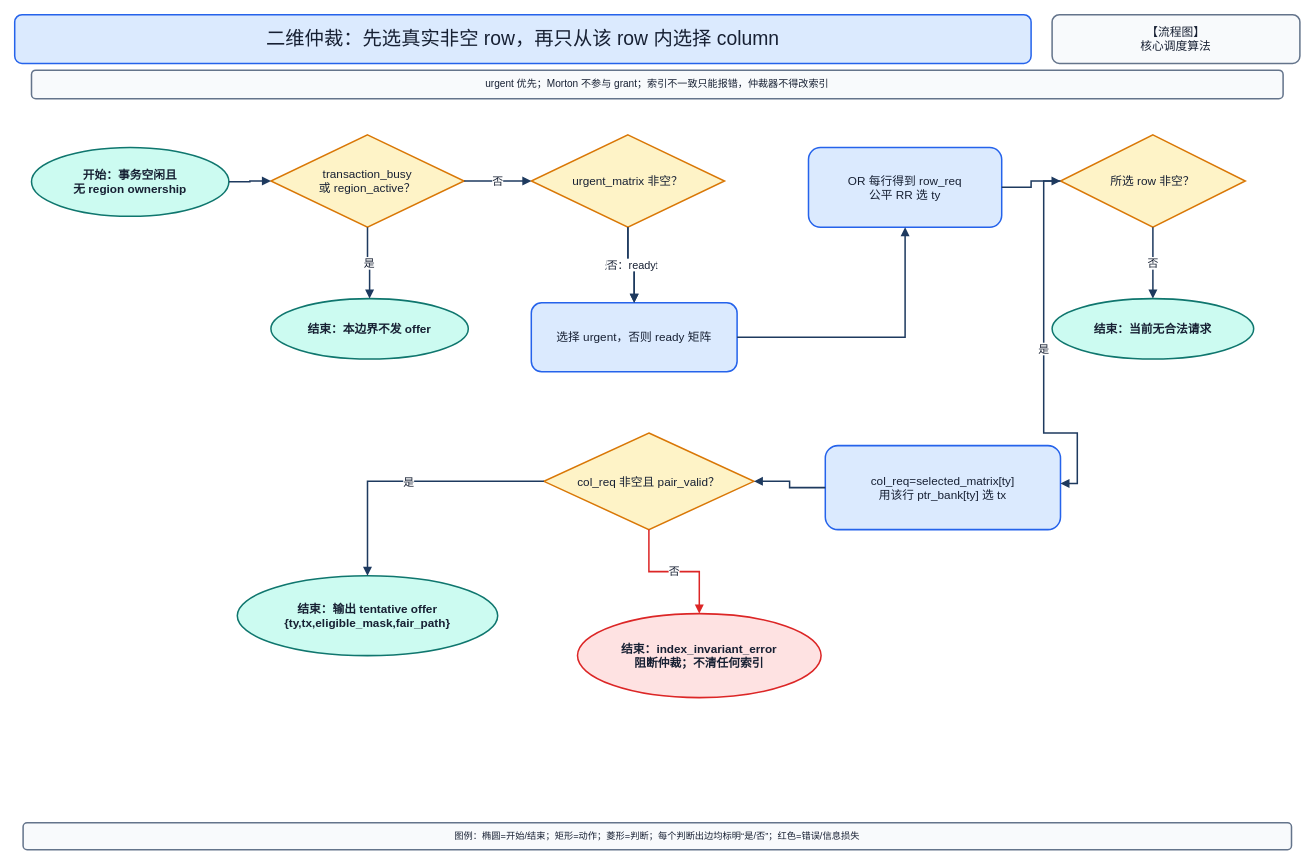
Before: page "11_二维关联行列仲裁流程" (11 of 31) of PFM_AER_v6_核心纯流程图与状态机_0721_v3.drawio in qcm0224/SimpleLatexVisualize, a draw.io diagram. Source tidied: cells renumbered, new cells numbered last; positions are measured from the earlier drawing's top-left corner, leaving out a move shared by most shapes. Both pictures are drawn from the tidied source at 84%, with x=0, y=0 at pixel (14, 14).
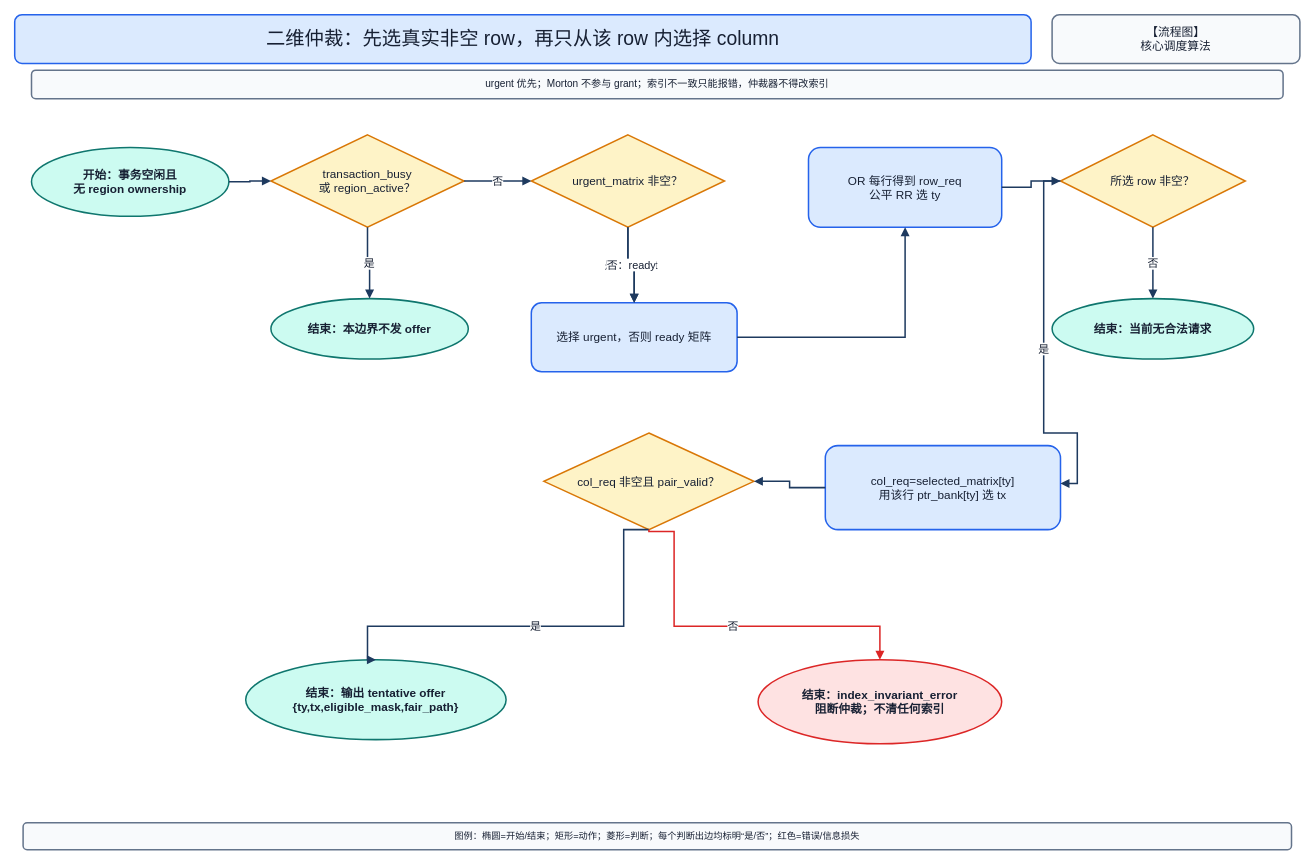
The same diagram, later.

The change refers to these unchanged cells:
```xml
<mxCell id="14" value="col_req 非空且 pair_valid？" style="whiteSpace=wrap;html=1;fillColor=#FEF3C7;strokeColor=#D97706;fontColor=#172033;fontSize=14;fontFamily=Arial;align=center;verticalAlign=middle;spacing=6;strokeWidth=1.8;rounded=1;shape=rhombus;perimeter=rhombusPerimeter;rounded=0;" parent="1" vertex="1">
  <mxGeometry x="630" y="498" width="250" height="115" as="geometry" />
</mxCell>
```

Change to the diagram source:
```diff
@@
     <mxCell id="15" value="结束：输出 tentative offer&lt;br&gt;{ty,tx,eligible_mask,fair_path}" style="whiteSpace=wrap;html=1;fillColor=#CCFBF1;strokeColor=#0F766E;fontColor=#172033;fontSize=14;fontFamily=Arial;align=center;verticalAlign=middle;spacing=6;strokeWidth=1.8;rounded=1;shape=ellipse;fontStyle=1;" parent="1" vertex="1">
-      <mxGeometry x="265" y="668" width="310" height="95" as="geometry" />
+      <mxGeometry x="275" y="768" width="310" height="95" as="geometry" />
     </mxCell>
     <mxCell id="16" value="结束：index_invariant_error&lt;br&gt;阻断仲裁；不清任何索引" style="whiteSpace=wrap;html=1;fillColor=#FEE2E2;strokeColor=#DC2626;fontColor=#172033;fontSize=14;fontFamily=Arial;align=center;verticalAlign=middle;spacing=6;strokeWidth=1.8;rounded=1;shape=ellipse;fontStyle=1;" parent="1" vertex="1">
-      <mxGeometry x="670" y="713" width="290" height="100" as="geometry" />
+      <mxGeometry x="885" y="768" width="290" height="100" as="geometry" />
     </mxCell>
@@
-    <mxCell id="28" value="是" style="edgeStyle=orthogonalEdgeStyle;rounded=0;jettySize=auto;html=1;strokeColor=#1E3A5F;strokeWidth=1.8;dashed=0;endArrow=block;endFill=1;fontSize=13;fontColor=#172033;labelBackgroundColor=#FFFFFF;" parent="1" edge="1" source="14" target="15">
-      <mxGeometry relative="1" as="geometry" />
+    <mxCell id="28" value="是" style="edgeStyle=orthogonalEdgeStyle;rounded=0;jettySize=auto;html=1;strokeColor=#1E3A5F;strokeWidth=1.8;dashed=0;endArrow=block;endFill=1;fontSize=13;fontColor=#172033;labelBackgroundColor=#FFFFFF;entryX=0.5;entryY=0;entryDx=0;entryDy=0;exitX=0.5;exitY=1;exitDx=0;exitDy=0;" parent="1" edge="1" source="14" target="15">
+      <mxGeometry relative="1" as="geometry">
+        <Array as="points">
+          <mxPoint x="725" y="613" />
+          <mxPoint x="725" y="728" />
+          <mxPoint x="420" y="728" />
+        </Array>
+      </mxGeometry>
     </mxCell>
-    <mxCell id="29" value="否" style="edgeStyle=orthogonalEdgeStyle;rounded=0;jettySize=auto;html=1;strokeColor=#DC2626;strokeWidth=1.8;dashed=0;endArrow=block;endFill=1;fontSize=13;fontColor=#172033;labelBackgroundColor=#FFFFFF;" parent="1" edge="1" source="14" target="16">
-      <mxGeometry relative="1" as="geometry" />
+    <mxCell id="29" value="否" style="edgeStyle=orthogonalEdgeStyle;rounded=0;jettySize=auto;html=1;strokeColor=#DC2626;strokeWidth=1.8;dashed=0;endArrow=block;endFill=1;fontSize=13;fontColor=#172033;labelBackgroundColor=#FFFFFF;exitX=0.5;exitY=1;exitDx=0;exitDy=0;entryX=0.5;entryY=0;entryDx=0;entryDy=0;" parent="1" edge="1" source="14" target="16">
+      <mxGeometry relative="1" as="geometry">
+        <Array as="points">
+          <mxPoint x="755" y="615.3" />
+          <mxPoint x="785" y="615.3" />
+          <mxPoint x="785" y="728" />
+          <mxPoint x="1030" y="728" />
+        </Array>
+      </mxGeometry>
     </mxCell>
```
